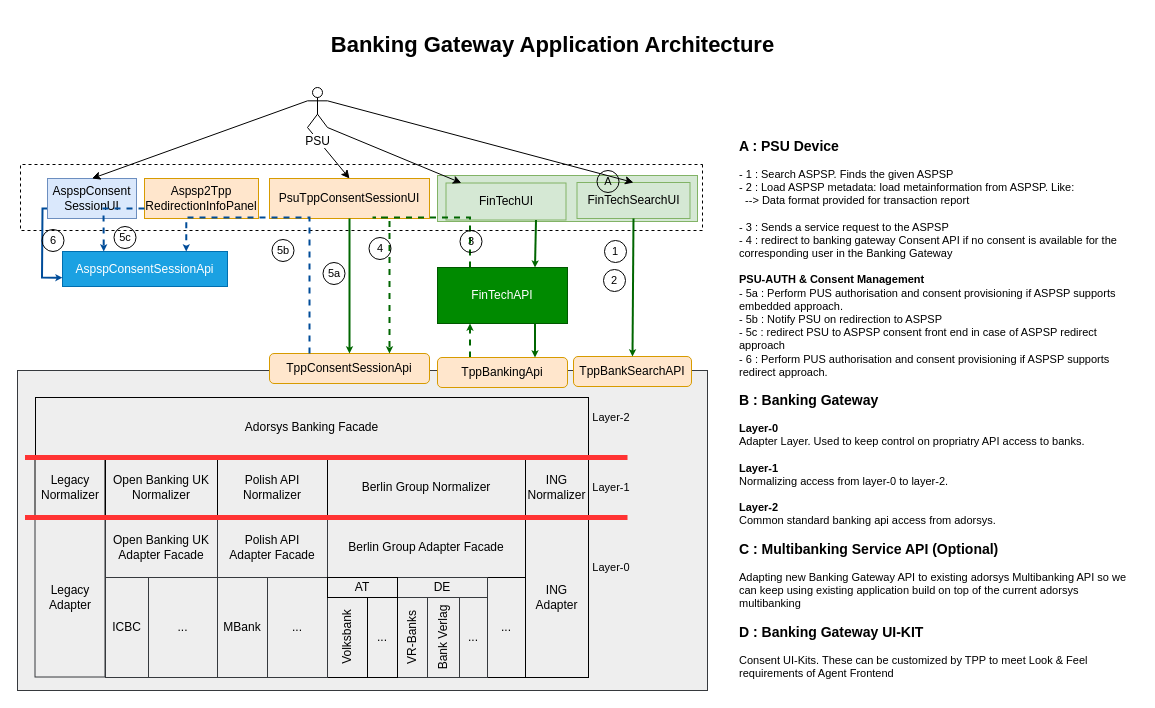
Before: docs/architecture/big-picture.drawio in adorsys/open-banking-gateway, a draw.io diagram. Source tidied: cells renumbered, new cells numbered last; positions are measured from the earlier drawing's top-left corner, leaving out a move shared by most shapes. Both pictures are drawn from the tidied source at 100%, with x=0, y=0 at pixel (17, -144).
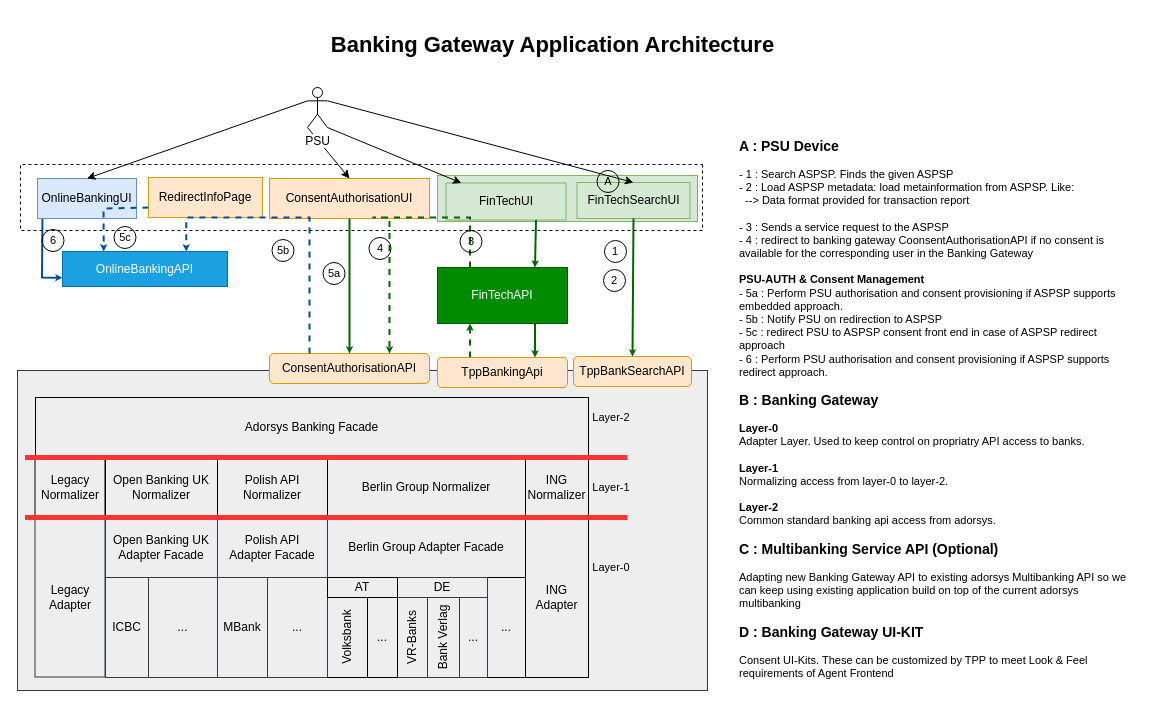
Above is the later version.

Diff of the diagram source:
```diff
@@
-    <mxCell id="22" value="PsuTppConsentSessionUI" style="rounded=0;whiteSpace=wrap;html=1;fillColor=#ffe6cc;strokeColor=#d79b00;fontColor=#000000;" parent="1" vertex="1">
+    <mxCell id="22" value="ConsentAuthorisationUI" style="rounded=0;whiteSpace=wrap;html=1;fillColor=#ffe6cc;strokeColor=#d79b00;fontColor=#000000;" parent="1" vertex="1">
       <mxGeometry x="252" y="322" width="160" height="40" as="geometry" />
     </mxCell>
-    <mxCell id="23" value="Aspsp2Tpp&lt;br&gt;RedirectionInfoPanel" style="rounded=0;whiteSpace=wrap;html=1;fillColor=#ffe6cc;strokeColor=#d79b00;fontColor=#000000;" parent="1" vertex="1">
-      <mxGeometry x="127" y="322" width="114" height="40" as="geometry" />
+    <mxCell id="23" value="RedirectInfoPage" style="rounded=0;whiteSpace=wrap;html=1;fillColor=#ffe6cc;strokeColor=#d79b00;fontColor=#000000;" parent="1" vertex="1">
+      <mxGeometry x="131" y="321" width="114" height="40" as="geometry" />
     </mxCell>
@@
-    <mxCell id="30" value="TppConsentSessionApi" style="rounded=1;whiteSpace=wrap;html=1;rotation=0;fillColor=#ffe6cc;strokeColor=#d79b00;fontColor=#000000;" parent="1" vertex="1">
+    <mxCell id="30" value="ConsentAuthorisationAPI" style="rounded=1;whiteSpace=wrap;html=1;rotation=0;fillColor=#ffe6cc;strokeColor=#d79b00;fontColor=#000000;" parent="1" vertex="1">
       <mxGeometry x="252" y="497" width="160" height="30" as="geometry" />
     </mxCell>
@@
-    <mxCell id="36" value="AspspConsentSessionApi" style="rounded=0;whiteSpace=wrap;html=1;rotation=0;fillColor=#1ba1e2;strokeColor=#006EAF;fontColor=#ffffff;" parent="1" vertex="1">
+    <mxCell id="36" value="OnlineBankingAPI" style="rounded=0;whiteSpace=wrap;html=1;rotation=0;fillColor=#1ba1e2;strokeColor=#006EAF;fontColor=#ffffff;" parent="1" vertex="1">
       <mxGeometry x="45" y="395" width="165" height="35" as="geometry" />
     </mxCell>
@@
-    <mxCell id="38" value="AspspConsent&lt;br&gt;SessionUI" style="rounded=0;whiteSpace=wrap;html=1;fillColor=#dae8fc;strokeColor=#6c8ebf;fontColor=#000000;" parent="1" vertex="1">
-      <mxGeometry x="30" y="322" width="89" height="40" as="geometry" />
+    <mxCell id="38" value="OnlineBankingUI" style="rounded=0;whiteSpace=wrap;html=1;fillColor=#dae8fc;strokeColor=#6c8ebf;fontColor=#000000;" parent="1" vertex="1">
+      <mxGeometry x="20" y="322" width="99" height="40" as="geometry" />
     </mxCell>
@@
-    <mxCell id="41" value="&lt;b&gt;&lt;font style=&quot;font-size: 14px&quot;&gt;A : PSU Device&lt;/font&gt;&lt;/b&gt;&lt;br&gt;&lt;br&gt;- 1 : Search ASPSP. Finds the given ASPSP&lt;br&gt;- 2 : Load ASPSP metadata: load metainformation from ASPSP. Like:&lt;br&gt;&amp;nbsp; --&amp;gt; Data format provided for transaction report&lt;br&gt;&lt;br&gt;- 3 : Sends a service request to the ASPSP&lt;br&gt;- 4 : redirect to banking gateway Consent API if no consent is available for the corresponding user in the Banking Gateway&lt;br&gt;&lt;br&gt;&lt;b&gt;PSU-AUTH &amp;amp; Consent Management&lt;/b&gt;&lt;br&gt;- 5a : Perform PUS authorisation and consent provisioning if ASPSP supports embedded approach.&lt;br&gt;- 5b : Notify PSU on redirection to ASPSP&lt;br&gt;- 5c : redirect PSU to ASPSP consent front end in case of ASPSP redirect approach&amp;nbsp;&lt;br&gt;- 6 : Perform PUS authorisation and consent provisioning if ASPSP supports redirect approach.&lt;br&gt;&lt;br&gt;&lt;b&gt;&lt;font style=&quot;font-size: 14px&quot;&gt;B : Banking Gateway&lt;/font&gt;&lt;/b&gt;&lt;br&gt;&lt;br&gt;&lt;b&gt;Layer-0&lt;/b&gt;&lt;br&gt;Adapter Layer. Used to keep control on propriatry API access to banks.&lt;br&gt;&lt;br&gt;&lt;b&gt;Layer-1&lt;/b&gt;&lt;br&gt;Normalizing access from layer-0 to layer-2.&lt;br&gt;&lt;br&gt;&lt;b&gt;Layer-2&lt;/b&gt;&lt;br&gt;Common standard banking api access from adorsys.&lt;br&gt;&lt;br&gt;&lt;b&gt;&lt;font style=&quot;font-size: 14px&quot;&gt;C : Multibanking Service API (Optional)&lt;/font&gt;&lt;/b&gt;&lt;br&gt;&lt;br&gt;Adapting new Banking Gateway API to existing adorsys Multibanking API so we can keep using existing application build on top of the current adorsys multibanking&lt;br&gt;&lt;br&gt;&lt;b&gt;&lt;font style=&quot;font-size: 14px&quot;&gt;D : Banking Gateway UI-KIT&lt;/font&gt;&lt;/b&gt;&lt;br&gt;&lt;br&gt;Consent UI-Kits. These can be customized by TPP to meet Look &amp;amp; Feel requirements of Agent Frontend" style="text;html=1;strokeColor=none;fillColor=none;align=left;verticalAlign=top;whiteSpace=wrap;rounded=0;fontSize=11;fontColor=#000000;" parent="1" vertex="1">
+    <mxCell id="41" value="&lt;b&gt;&lt;font style=&quot;font-size: 14px&quot;&gt;A : PSU Device&lt;/font&gt;&lt;/b&gt;&lt;br&gt;&lt;br&gt;- 1 : Search ASPSP. Finds the given ASPSP&lt;br&gt;- 2 : Load ASPSP metadata: load metainformation from ASPSP. Like:&lt;br&gt;&amp;nbsp; --&amp;gt; Data format provided for transaction report&lt;br&gt;&lt;br&gt;- 3 : Sends a service request to the ASPSP&lt;br&gt;- 4 : redirect to banking gateway CoonsentAuthorisationAPI if no consent is available for the corresponding user in the Banking Gateway&lt;br&gt;&lt;br&gt;&lt;b&gt;PSU-AUTH &amp;amp; Consent Management&lt;/b&gt;&lt;br&gt;- 5a : Perform PSU authorisation and consent provisioning if ASPSP supports embedded approach.&lt;br&gt;- 5b : Notify PSU on redirection to ASPSP&lt;br&gt;- 5c : redirect PSU to ASPSP consent front end in case of ASPSP redirect approach&amp;nbsp;&lt;br&gt;- 6 : Perform PSU authorisation and consent provisioning if ASPSP supports redirect approach.&lt;br&gt;&lt;br&gt;&lt;b&gt;&lt;font style=&quot;font-size: 14px&quot;&gt;B : Banking Gateway&lt;/font&gt;&lt;/b&gt;&lt;br&gt;&lt;br&gt;&lt;b&gt;Layer-0&lt;/b&gt;&lt;br&gt;Adapter Layer. Used to keep control on propriatry API access to banks.&lt;br&gt;&lt;br&gt;&lt;b&gt;Layer-1&lt;/b&gt;&lt;br&gt;Normalizing access from layer-0 to layer-2.&lt;br&gt;&lt;br&gt;&lt;b&gt;Layer-2&lt;/b&gt;&lt;br&gt;Common standard banking api access from adorsys.&lt;br&gt;&lt;br&gt;&lt;b&gt;&lt;font style=&quot;font-size: 14px&quot;&gt;C : Multibanking Service API (Optional)&lt;/font&gt;&lt;/b&gt;&lt;br&gt;&lt;br&gt;Adapting new Banking Gateway API to existing adorsys Multibanking API so we can keep using existing application build on top of the current adorsys multibanking&lt;br&gt;&lt;br&gt;&lt;b&gt;&lt;font style=&quot;font-size: 14px&quot;&gt;D : Banking Gateway UI-KIT&lt;/font&gt;&lt;/b&gt;&lt;br&gt;&lt;br&gt;Consent UI-Kits. These can be customized by TPP to meet Look &amp;amp; Feel requirements of Agent Frontend" style="text;html=1;strokeColor=none;fillColor=none;align=left;verticalAlign=top;whiteSpace=wrap;rounded=0;fontSize=11;fontColor=#000000;" parent="1" vertex="1">
       <mxGeometry x="720" y="275" width="400" height="551" as="geometry" />
     </mxCell>
```
